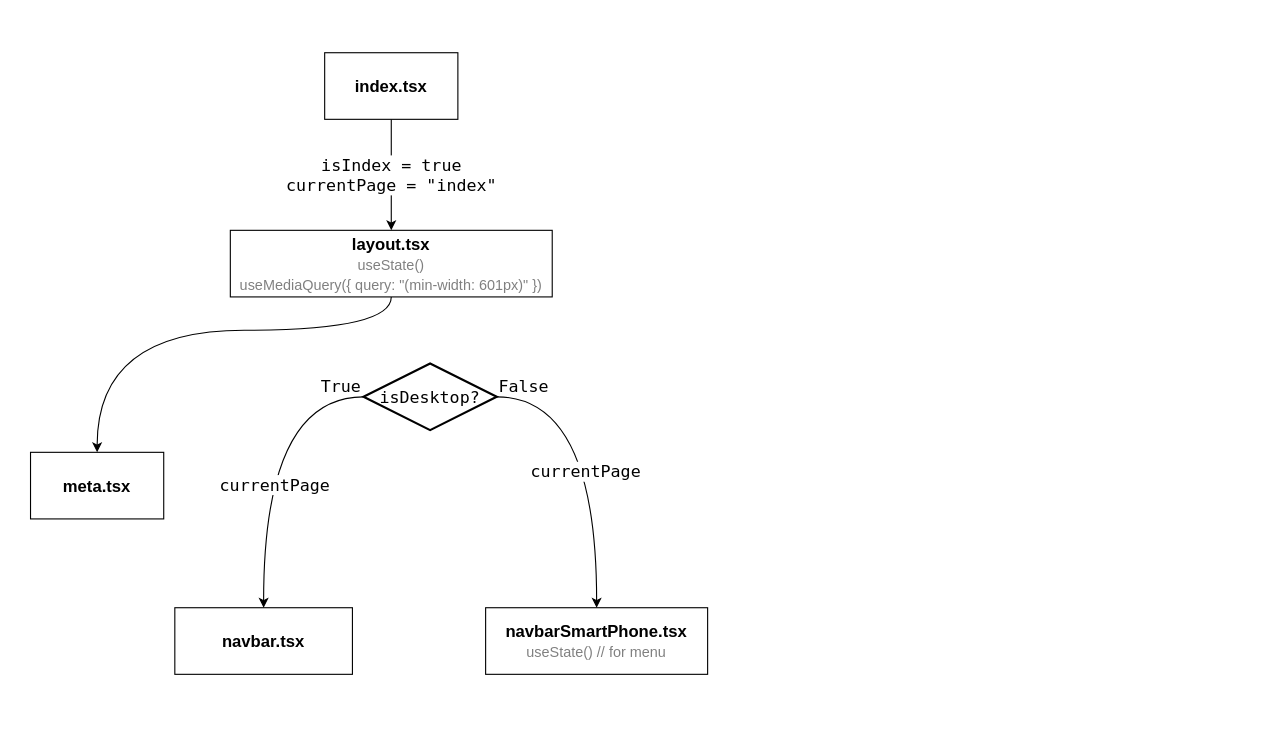
This is component_tree.drawio from Kashiwade-music/kashiwade-homepage, a draw.io file, before an edit. Source tidied: cells renumbered, new cells numbered last; positions are measured from the earlier drawing's top-left corner, leaving out a move shared by most shapes. Both pictures are drawn from the tidied source at 111%, with x=0, y=0 at pixel (30, 52).
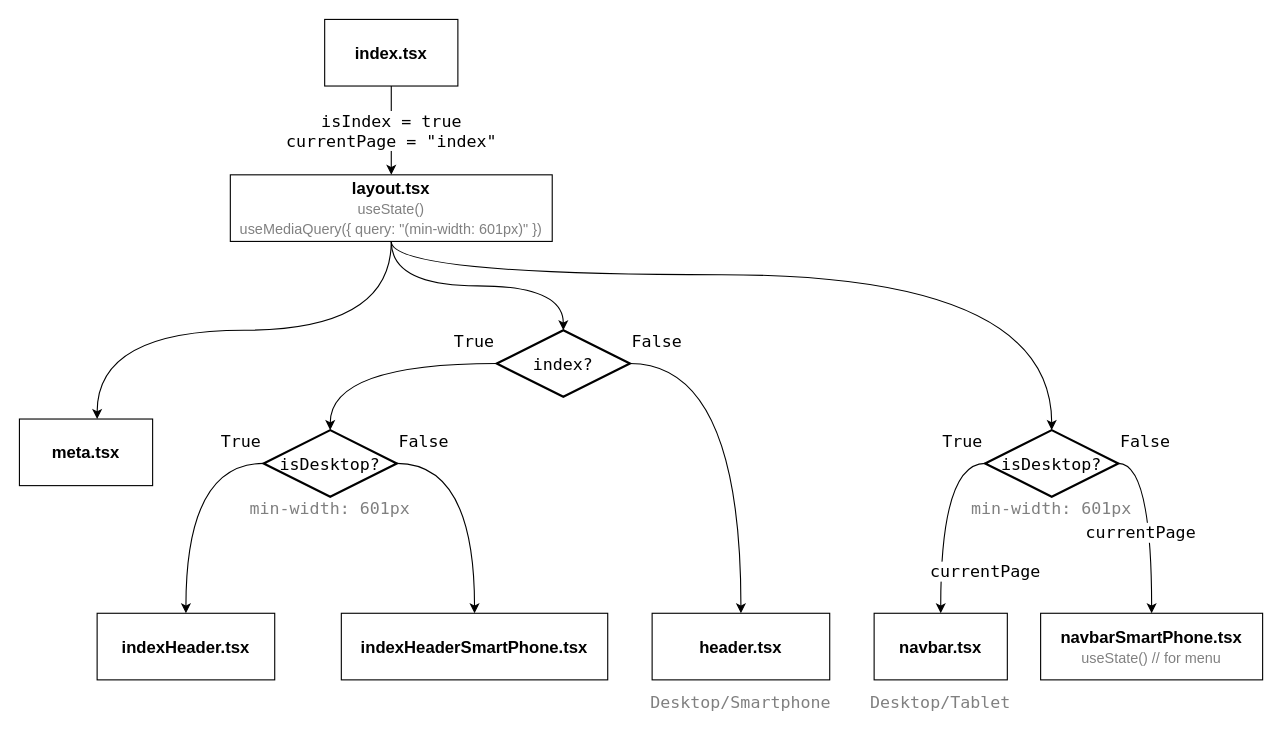
The same diagram, later.

Diff of the diagram source:
```diff
@@
     <mxCell id="3" value="index.tsx" style="rounded=0;whiteSpace=wrap;html=1;fontSize=15;fontStyle=1;" parent="1" vertex="1">
-      <mxGeometry x="265" width="120" height="60" as="geometry" />
+      <mxGeometry x="265" y="-30" width="120" height="60" as="geometry" />
     </mxCell>
@@
+    <mxCell id="14" style="edgeStyle=orthogonalEdgeStyle;curved=1;rounded=0;jettySize=auto;html=1;fontFamily=Lucida Console;fontSize=15;fontColor=#808080;align=center;" parent="1" edge="1" source="5" target="30">
+      <mxGeometry relative="1" as="geometry" />
+    </mxCell>
+    <mxCell id="15" style="edgeStyle=orthogonalEdgeStyle;curved=1;rounded=0;jettySize=auto;html=1;entryX=0.5;entryY=0;entryDx=0;entryDy=0;entryPerimeter=0;fontFamily=Lucida Console;fontSize=15;fontColor=#808080;align=center;exitX=0.5;exitY=1;exitDx=0;exitDy=0;" parent="1" edge="1" source="5" target="11">
+      <mxGeometry relative="1" as="geometry">
+        <Array as="points">
+          <mxPoint x="325" y="200" />
+          <mxPoint x="920" y="200" />
+        </Array>
+      </mxGeometry>
+    </mxCell>
     <mxCell id="5" value="layout.tsx&lt;br&gt;&lt;span style=&quot;font-weight: normal ; font-size: 13px&quot;&gt;&lt;font color=&quot;#808080&quot;&gt;useState()&lt;br&gt;useMediaQuery({ query: &quot;(min-width: 601px)&quot; })&lt;/font&gt;&lt;/span&gt;" style="rounded=0;whiteSpace=wrap;html=1;fontSize=15;fontStyle=1;" parent="1" vertex="1">
-      <mxGeometry x="180" y="160" width="290" height="60" as="geometry" />
+      <mxGeometry x="180" y="110" width="290" height="60" as="geometry" />
     </mxCell>
     <mxCell id="6" value="meta.tsx" style="rounded=0;whiteSpace=wrap;html=1;fontSize=15;fontStyle=1;" parent="1" vertex="1">
-      <mxGeometry y="360" width="120" height="60" as="geometry" />
+      <mxGeometry x="-10" y="330" width="120" height="60" as="geometry" />
     </mxCell>
-    <mxCell id="7" value="navbar.tsx&lt;span style=&quot;font-weight: normal ; font-size: 13px&quot;&gt;&lt;font color=&quot;#808080&quot;&gt;&lt;br&gt;&lt;/font&gt;&lt;/span&gt;" style="rounded=0;whiteSpace=wrap;html=1;fontSize=15;fontStyle=1;" parent="1" vertex="1">
-      <mxGeometry x="130" y="500" width="160" height="60" as="geometry" />
-    </mxCell>
     <mxCell id="8" value="navbarSmartPhone.tsx&lt;br&gt;&lt;span style=&quot;font-weight: normal ; font-size: 13px&quot;&gt;&lt;font color=&quot;#808080&quot;&gt;useState() // for menu&lt;br&gt;&lt;/font&gt;&lt;/span&gt;" style="rounded=0;whiteSpace=wrap;html=1;fontSize=15;fontStyle=1;" parent="1" vertex="1">
-      <mxGeometry x="410" y="500" width="200" height="60" as="geometry" />
+      <mxGeometry x="910" y="505" width="200" height="60" as="geometry" />
     </mxCell>
     <mxCell id="9" value="currentPage" style="edgeStyle=orthogonalEdgeStyle;curved=1;rounded=0;jettySize=auto;html=1;fontFamily=Lucida Console;fontSize=15;align=center;exitX=0;exitY=0.5;exitDx=0;exitDy=0;exitPerimeter=0;" parent="1" edge="1" source="11" target="7">
-      <mxGeometry x="0.21" y="10" relative="1" as="geometry" />
+      <mxGeometry x="0.56" y="40" relative="1" as="geometry" />
     </mxCell>
@@
+    <mxCell id="16" value="indexHeader.tsx&lt;span style=&quot;font-weight: normal ; font-size: 13px&quot;&gt;&lt;font color=&quot;#808080&quot;&gt;&lt;br&gt;&lt;/font&gt;&lt;/span&gt;" style="rounded=0;whiteSpace=wrap;html=1;fontSize=15;fontStyle=1;" parent="1" vertex="1">
+      <mxGeometry x="60" y="505" width="160" height="60" as="geometry" />
+    </mxCell>
+    <mxCell id="17" value="indexHeaderSmartPhone.tsx&lt;span style=&quot;font-weight: normal ; font-size: 13px&quot;&gt;&lt;font color=&quot;#808080&quot;&gt;&lt;br&gt;&lt;/font&gt;&lt;/span&gt;" style="rounded=0;whiteSpace=wrap;html=1;fontSize=15;fontStyle=1;" parent="1" vertex="1">
+      <mxGeometry x="280" y="505" width="240" height="60" as="geometry" />
+    </mxCell>
+    <mxCell id="18" style="group;" parent="1" vertex="1">
+      <mxGeometry x="820" y="340" width="200" height="80" as="geometry" />
+    </mxCell>
-    <mxCell id="11" value="isDesktop?" style="strokeWidth=2;html=1;shape=mxgraph.flowchart.decision;whiteSpace=wrap;fontFamily=Lucida Console;fontSize=15;" parent="1" vertex="1">
-      <mxGeometry x="300" y="280" width="120" height="60" as="geometry" />
+    <mxCell id="11" value="isDesktop?" style="strokeWidth=2;html=1;shape=mxgraph.flowchart.decision;whiteSpace=wrap;fontFamily=Lucida Console;fontSize=15;" parent="18" vertex="1">
+      <mxGeometry x="40" width="120" height="60" as="geometry" />
     </mxCell>
-    <mxCell id="12" value="True" style="text;html=1;strokeColor=none;fillColor=none;align=right;verticalAlign=middle;whiteSpace=wrap;rounded=0;fontFamily=Lucida Console;fontSize=15;" parent="1" vertex="1">
-      <mxGeometry x="260" y="290" width="40" height="20" as="geometry" />
+    <mxCell id="12" value="True" style="text;html=1;strokeColor=none;fillColor=none;align=right;verticalAlign=middle;whiteSpace=wrap;rounded=0;fontFamily=Lucida Console;fontSize=15;" parent="18" vertex="1">
+      <mxGeometry width="40" height="20" as="geometry" />
     </mxCell>
-    <mxCell id="13" value="False" style="text;html=1;strokeColor=none;fillColor=none;align=left;verticalAlign=middle;whiteSpace=wrap;rounded=0;fontFamily=Lucida Console;fontSize=15;" parent="1" vertex="1">
-      <mxGeometry x="420" y="290" width="40" height="20" as="geometry" />
+    <mxCell id="13" value="False" style="text;html=1;strokeColor=none;fillColor=none;align=left;verticalAlign=middle;whiteSpace=wrap;rounded=0;fontFamily=Lucida Console;fontSize=15;" parent="18" vertex="1">
+      <mxGeometry x="160" width="40" height="20" as="geometry" />
     </mxCell>
+    <mxCell id="19" value="min-width: 601px" style="text;html=1;strokeColor=none;fillColor=none;align=center;verticalAlign=middle;whiteSpace=wrap;rounded=0;fontFamily=Lucida Console;fontSize=15;fontColor=#808080;" parent="18" vertex="1">
+      <mxGeometry x="10" y="60" width="180" height="20" as="geometry" />
+    </mxCell>
+    <mxCell id="20" style="group;" parent="1" vertex="1">
+      <mxGeometry x="760" y="505" width="120" height="90" as="geometry" />
+    </mxCell>
+    <mxCell id="7" value="navbar.tsx&lt;span style=&quot;font-weight: normal ; font-size: 13px&quot;&gt;&lt;font color=&quot;#808080&quot;&gt;&lt;br&gt;&lt;/font&gt;&lt;/span&gt;" style="rounded=0;whiteSpace=wrap;html=1;fontSize=15;fontStyle=1;" parent="20" vertex="1">
+      <mxGeometry width="120" height="60" as="geometry" />
+    </mxCell>
+    <mxCell id="21" value="Desktop/Tablet" style="text;html=1;strokeColor=none;fillColor=none;align=center;verticalAlign=middle;whiteSpace=wrap;rounded=0;fontFamily=Lucida Console;fontSize=15;fontColor=#808080;" parent="20" vertex="1">
+      <mxGeometry x="40" y="70" width="40" height="20" as="geometry" />
+    </mxCell>
+    <mxCell id="22" style="group;" parent="1" vertex="1">
+      <mxGeometry x="170" y="340" width="200" height="80" as="geometry" />
+    </mxCell>
+    <mxCell id="23" value="isDesktop?" style="strokeWidth=2;html=1;shape=mxgraph.flowchart.decision;whiteSpace=wrap;fontFamily=Lucida Console;fontSize=15;" parent="22" vertex="1">
+      <mxGeometry x="40" width="120" height="60" as="geometry" />
+    </mxCell>
+    <mxCell id="24" value="True" style="text;html=1;strokeColor=none;fillColor=none;align=right;verticalAlign=middle;whiteSpace=wrap;rounded=0;fontFamily=Lucida Console;fontSize=15;" parent="22" vertex="1">
+      <mxGeometry width="40" height="20" as="geometry" />
+    </mxCell>
+    <mxCell id="25" value="False" style="text;html=1;strokeColor=none;fillColor=none;align=left;verticalAlign=middle;whiteSpace=wrap;rounded=0;fontFamily=Lucida Console;fontSize=15;" parent="22" vertex="1">
+      <mxGeometry x="160" width="40" height="20" as="geometry" />
+    </mxCell>
+    <mxCell id="26" value="min-width: 601px" style="text;html=1;strokeColor=none;fillColor=none;align=center;verticalAlign=middle;whiteSpace=wrap;rounded=0;fontFamily=Lucida Console;fontSize=15;fontColor=#808080;" parent="22" vertex="1">
+      <mxGeometry x="10" y="60" width="180" height="20" as="geometry" />
+    </mxCell>
+    <mxCell id="27" style="edgeStyle=orthogonalEdgeStyle;curved=1;rounded=0;jettySize=auto;html=1;fontFamily=Lucida Console;fontSize=15;fontColor=#808080;align=center;exitX=0;exitY=0.5;exitDx=0;exitDy=0;exitPerimeter=0;" parent="1" edge="1" source="23" target="16">
+      <mxGeometry relative="1" as="geometry" />
+    </mxCell>
+    <mxCell id="28" style="edgeStyle=orthogonalEdgeStyle;curved=1;rounded=0;jettySize=auto;html=1;fontFamily=Lucida Console;fontSize=15;fontColor=#808080;align=center;exitX=1;exitY=0.5;exitDx=0;exitDy=0;exitPerimeter=0;" parent="1" edge="1" source="23" target="17">
+      <mxGeometry relative="1" as="geometry" />
+    </mxCell>
+    <mxCell id="29" style="group;" parent="1" vertex="1">
+      <mxGeometry x="380" y="250" width="200" height="80" as="geometry" />
+    </mxCell>
+    <mxCell id="30" value="index?" style="strokeWidth=2;html=1;shape=mxgraph.flowchart.decision;whiteSpace=wrap;fontFamily=Lucida Console;fontSize=15;" parent="29" vertex="1">
+      <mxGeometry x="40" width="120" height="60" as="geometry" />
+    </mxCell>
+    <mxCell id="31" value="True" style="text;html=1;strokeColor=none;fillColor=none;align=right;verticalAlign=middle;whiteSpace=wrap;rounded=0;fontFamily=Lucida Console;fontSize=15;" parent="29" vertex="1">
+      <mxGeometry width="40" height="20" as="geometry" />
+    </mxCell>
+    <mxCell id="32" value="False" style="text;html=1;strokeColor=none;fillColor=none;align=left;verticalAlign=middle;whiteSpace=wrap;rounded=0;fontFamily=Lucida Console;fontSize=15;" parent="29" vertex="1">
+      <mxGeometry x="160" width="40" height="20" as="geometry" />
+    </mxCell>
+    <mxCell id="33" style="edgeStyle=orthogonalEdgeStyle;curved=1;rounded=0;jettySize=auto;html=1;fontFamily=Lucida Console;fontSize=15;fontColor=#808080;align=center;" parent="1" edge="1" source="30" target="23">
+      <mxGeometry relative="1" as="geometry" />
+    </mxCell>
+    <mxCell id="34" value="header.tsx&lt;span style=&quot;font-weight: normal ; font-size: 13px&quot;&gt;&lt;font color=&quot;#808080&quot;&gt;&lt;br&gt;&lt;/font&gt;&lt;/span&gt;" style="rounded=0;whiteSpace=wrap;html=1;fontSize=15;fontStyle=1;" parent="1" vertex="1">
+      <mxGeometry x="560" y="505" width="160" height="60" as="geometry" />
+    </mxCell>
+    <mxCell id="35" style="edgeStyle=orthogonalEdgeStyle;curved=1;rounded=0;jettySize=auto;html=1;fontFamily=Lucida Console;fontSize=15;fontColor=#808080;align=center;" parent="1" edge="1" source="30" target="34">
+      <mxGeometry relative="1" as="geometry" />
+    </mxCell>
+    <mxCell id="36" value="Desktop/Smartphone" style="text;html=1;strokeColor=none;fillColor=none;align=center;verticalAlign=middle;whiteSpace=wrap;rounded=0;fontFamily=Lucida Console;fontSize=15;fontColor=#808080;" parent="1" vertex="1">
+      <mxGeometry x="620" y="575" width="40" height="20" as="geometry" />
+    </mxCell>
```
